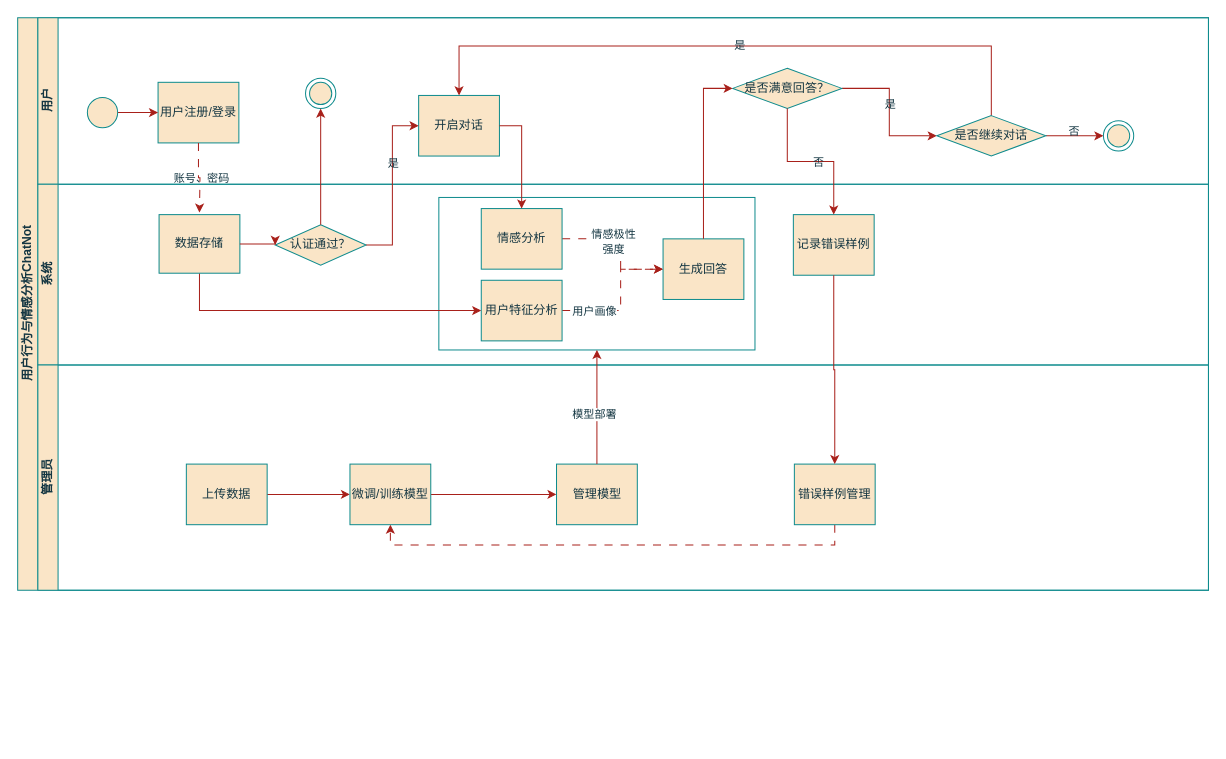
ndsoi/miniprograms keeps this draw.io diagram as page "Page-1" (1 of 2) of 未命名绘图.drawio. Above is the earlier version. Source tidied: cells renumbered, new cells numbered last; positions are measured from the earlier drawing's top-left corner, leaving out a move shared by most shapes. Both pictures are drawn from the tidied source at 101%, with x=0, y=0 at pixel (17, 17).
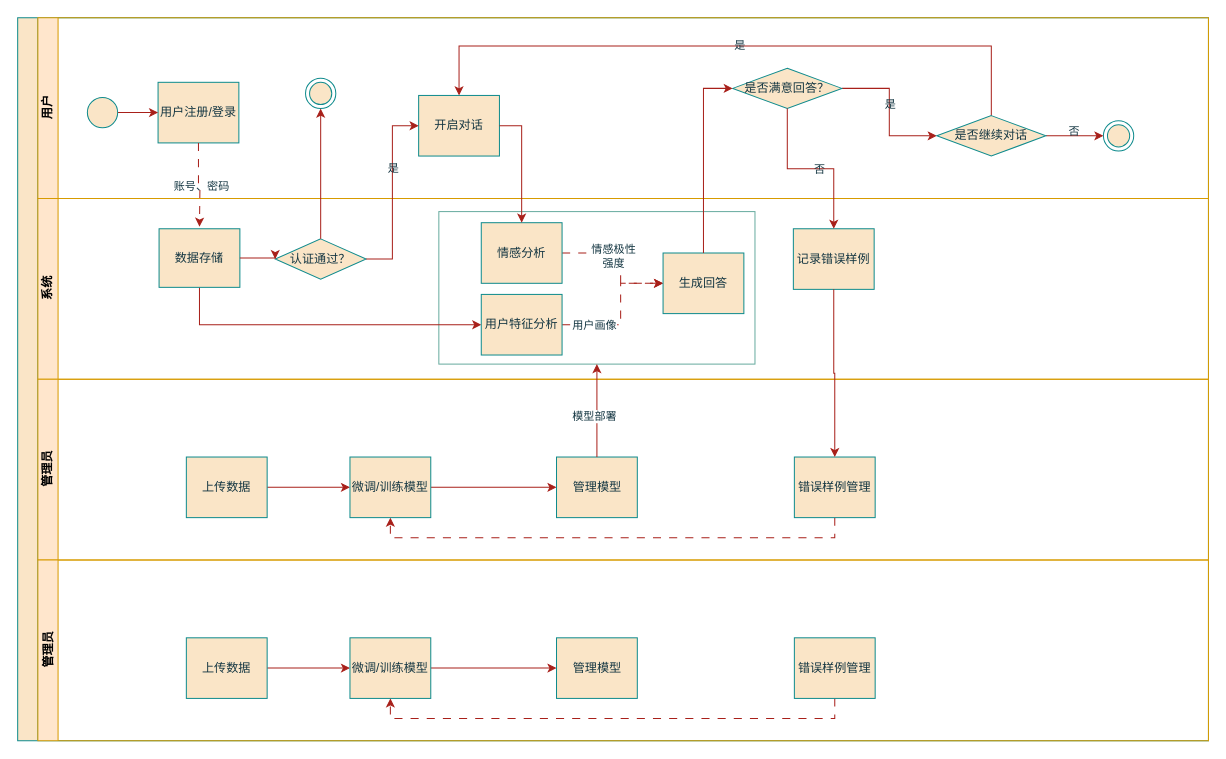
After the change.

Commit message:
更新未命名绘图.drawio

The edit, as a diff of the source:
```diff
@@
-    <mxCell id="2" value="用户行为与情感分析ChatNot" style="swimlane;html=1;horizontal=0;startSize=20;labelBackgroundColor=none;fillColor=#FAE5C7;strokeColor=#0F8B8D;fontColor=#143642;" parent="1" vertex="1">
-      <mxGeometry width="1179" height="567" as="geometry" />
+    <mxCell id="2" style="swimlane;html=1;horizontal=0;startSize=20;labelBackgroundColor=none;fillColor=#FAE5C7;strokeColor=#0F8B8D;fontColor=#143642;flipV=1;" parent="1" vertex="1">
+      <mxGeometry width="1179" height="716" as="geometry" />
     </mxCell>
-    <mxCell id="3" value="用户" style="swimlane;html=1;startSize=20;horizontal=0;labelBackgroundColor=none;fillColor=#FAE5C7;strokeColor=#0F8B8D;fontColor=#143642;" parent="2" vertex="1">
-      <mxGeometry x="20" width="1159" height="165" as="geometry" />
+    <mxCell id="3" value="用户" style="swimlane;html=1;startSize=20;horizontal=0;labelBackgroundColor=none;fillColor=#ffe6cc;strokeColor=#d79b00;" parent="2" vertex="1">
+      <mxGeometry x="20" width="1159" height="179" as="geometry" />
     </mxCell>
@@
-    <mxCell id="18" value="系统" style="swimlane;html=1;startSize=20;horizontal=0;labelBackgroundColor=none;fillColor=#FAE5C7;strokeColor=#0F8B8D;fontColor=#143642;" parent="2" vertex="1">
-      <mxGeometry x="20" y="165" width="1159" height="179" as="geometry" />
+    <mxCell id="18" value="系统" style="swimlane;html=1;startSize=20;horizontal=0;labelBackgroundColor=none;fillColor=#ffe6cc;strokeColor=#d79b00;" parent="2" vertex="1">
+      <mxGeometry x="20" y="179" width="1159" height="179" as="geometry" />
     </mxCell>
-    <mxCell id="19" style="rounded=0;whiteSpace=wrap;html=1;strokeColor=light-dark(#0f8b8d, #ededed);" parent="18" vertex="1">
+    <mxCell id="19" style="rounded=0;whiteSpace=wrap;html=1;strokeColor=light-dark(#67AB9F,#EDEDED);" parent="18" vertex="1">
       <mxGeometry x="397" y="13" width="313" height="151" as="geometry" />
     </mxCell>
@@
-    <mxCell id="34" value="管理员" style="swimlane;html=1;startSize=20;horizontal=0;labelBackgroundColor=none;fillColor=#FAE5C7;strokeColor=#0F8B8D;fontColor=#143642;" parent="2" vertex="1">
-      <mxGeometry x="20" y="344" width="1159" height="223" as="geometry" />
+    <mxCell id="34" value="管理员" style="swimlane;html=1;startSize=20;horizontal=0;labelBackgroundColor=none;fillColor=#ffe6cc;strokeColor=#d79b00;" parent="2" vertex="1">
+      <mxGeometry x="20" y="358" width="1159" height="179" as="geometry" />
     </mxCell>
     <mxCell id="35" style="edgeStyle=orthogonalEdgeStyle;rounded=0;jettySize=auto;html=1;entryX=0.5;entryY=1;entryDx=0;entryDy=0;dashed=1;dashPattern=8 8;labelBackgroundColor=none;strokeColor=#A8201A;fontColor=default;" parent="34" edge="1" source="36" target="40">
       <mxGeometry relative="1" as="geometry">
         <Array as="points">
-          <mxPoint x="789" y="178" />
-          <mxPoint x="349" y="178" />
+          <mxPoint x="789" y="157" />
+          <mxPoint x="349" y="157" />
         </Array>
       </mxGeometry>
     </mxCell>
     <mxCell id="36" value="错误样例管理" style="rounded=0;whiteSpace=wrap;html=1;fontFamily=Helvetica;fontSize=12;fontColor=#143642;align=center;labelBackgroundColor=none;fillColor=#FAE5C7;strokeColor=#0F8B8D;" parent="34" vertex="1">
-      <mxGeometry x="749" y="98" width="80" height="60" as="geometry" />
+      <mxGeometry x="749" y="77" width="80" height="60" as="geometry" />
     </mxCell>
@@
     <mxCell id="38" value="上传数据" style="rounded=0;whiteSpace=wrap;html=1;fontFamily=Helvetica;fontSize=12;fontColor=#143642;align=center;labelBackgroundColor=none;fillColor=#FAE5C7;strokeColor=#0F8B8D;" parent="34" vertex="1">
-      <mxGeometry x="147" y="98" width="80" height="60" as="geometry" />
+      <mxGeometry x="147" y="77" width="80" height="60" as="geometry" />
     </mxCell>
@@
     <mxCell id="40" value="微调/训练模型" style="rounded=0;whiteSpace=wrap;html=1;fontFamily=Helvetica;fontSize=12;fontColor=#143642;align=center;labelBackgroundColor=none;fillColor=#FAE5C7;strokeColor=#0F8B8D;" parent="34" vertex="1">
-      <mxGeometry x="309" y="98" width="80" height="60" as="geometry" />
+      <mxGeometry x="309" y="77" width="80" height="60" as="geometry" />
     </mxCell>
     <mxCell id="41" value="管理模型" style="rounded=0;whiteSpace=wrap;html=1;fontFamily=Helvetica;fontSize=12;fontColor=#143642;align=center;labelBackgroundColor=none;fillColor=#FAE5C7;strokeColor=#0F8B8D;" parent="34" vertex="1">
-      <mxGeometry x="513.5" y="98" width="80" height="60" as="geometry" />
+      <mxGeometry x="513.5" y="77" width="80" height="60" as="geometry" />
     </mxCell>
+    <mxCell id="52" value="管理员" style="swimlane;html=1;startSize=20;horizontal=0;labelBackgroundColor=none;fillColor=#ffe6cc;strokeColor=#d79b00;" parent="2" vertex="1">
+      <mxGeometry x="20" y="537" width="1159" height="179" as="geometry" />
+    </mxCell>
+    <mxCell id="53" style="edgeStyle=orthogonalEdgeStyle;rounded=0;jettySize=auto;html=1;entryX=0.5;entryY=1;entryDx=0;entryDy=0;dashed=1;dashPattern=8 8;labelBackgroundColor=none;strokeColor=#A8201A;fontColor=default;" parent="52" edge="1" source="54" target="58">
+      <mxGeometry relative="1" as="geometry">
+        <Array as="points">
+          <mxPoint x="789" y="157" />
+          <mxPoint x="349" y="157" />
+        </Array>
+      </mxGeometry>
+    </mxCell>
+    <mxCell id="54" value="错误样例管理" style="rounded=0;whiteSpace=wrap;html=1;fontFamily=Helvetica;fontSize=12;fontColor=#143642;align=center;labelBackgroundColor=none;fillColor=#FAE5C7;strokeColor=#0F8B8D;" parent="52" vertex="1">
+      <mxGeometry x="749" y="77" width="80" height="60" as="geometry" />
+    </mxCell>
+    <mxCell id="55" style="edgeStyle=orthogonalEdgeStyle;rounded=0;jettySize=auto;html=1;labelBackgroundColor=none;strokeColor=#A8201A;fontColor=default;" parent="52" edge="1" source="56" target="58">
+      <mxGeometry relative="1" as="geometry" />
+    </mxCell>
+    <mxCell id="56" value="上传数据" style="rounded=0;whiteSpace=wrap;html=1;fontFamily=Helvetica;fontSize=12;fontColor=#143642;align=center;labelBackgroundColor=none;fillColor=#FAE5C7;strokeColor=#0F8B8D;" parent="52" vertex="1">
+      <mxGeometry x="147" y="77" width="80" height="60" as="geometry" />
+    </mxCell>
+    <mxCell id="57" style="edgeStyle=orthogonalEdgeStyle;rounded=0;jettySize=auto;html=1;endArrow=classic;endFill=1;labelBackgroundColor=none;strokeColor=#A8201A;fontColor=default;" parent="52" edge="1" source="58" target="59">
+      <mxGeometry relative="1" as="geometry" />
+    </mxCell>
+    <mxCell id="58" value="微调/训练模型" style="rounded=0;whiteSpace=wrap;html=1;fontFamily=Helvetica;fontSize=12;fontColor=#143642;align=center;labelBackgroundColor=none;fillColor=#FAE5C7;strokeColor=#0F8B8D;" parent="52" vertex="1">
+      <mxGeometry x="309" y="77" width="80" height="60" as="geometry" />
+    </mxCell>
+    <mxCell id="59" value="管理模型" style="rounded=0;whiteSpace=wrap;html=1;fontFamily=Helvetica;fontSize=12;fontColor=#143642;align=center;labelBackgroundColor=none;fillColor=#FAE5C7;strokeColor=#0F8B8D;" parent="52" vertex="1">
+      <mxGeometry x="513.5" y="77" width="80" height="60" as="geometry" />
+    </mxCell>
```
